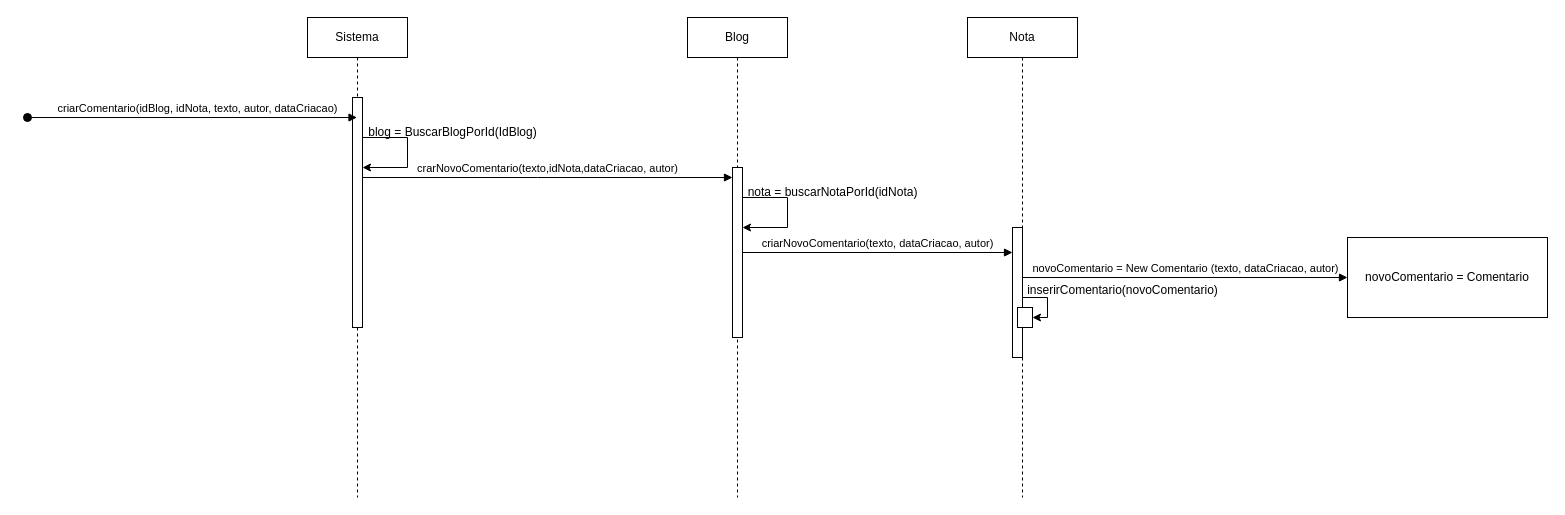
Before: DeS_Criar_Comentario.drawio in JPleal01/Engenharia_Software, a draw.io diagram. Source tidied: cells renumbered, new cells numbered last; positions are measured from the earlier drawing's top-left corner, leaving out a move shared by most shapes. Both pictures are drawn from the tidied source at 100%, with x=0, y=0 at pixel (27, 17).
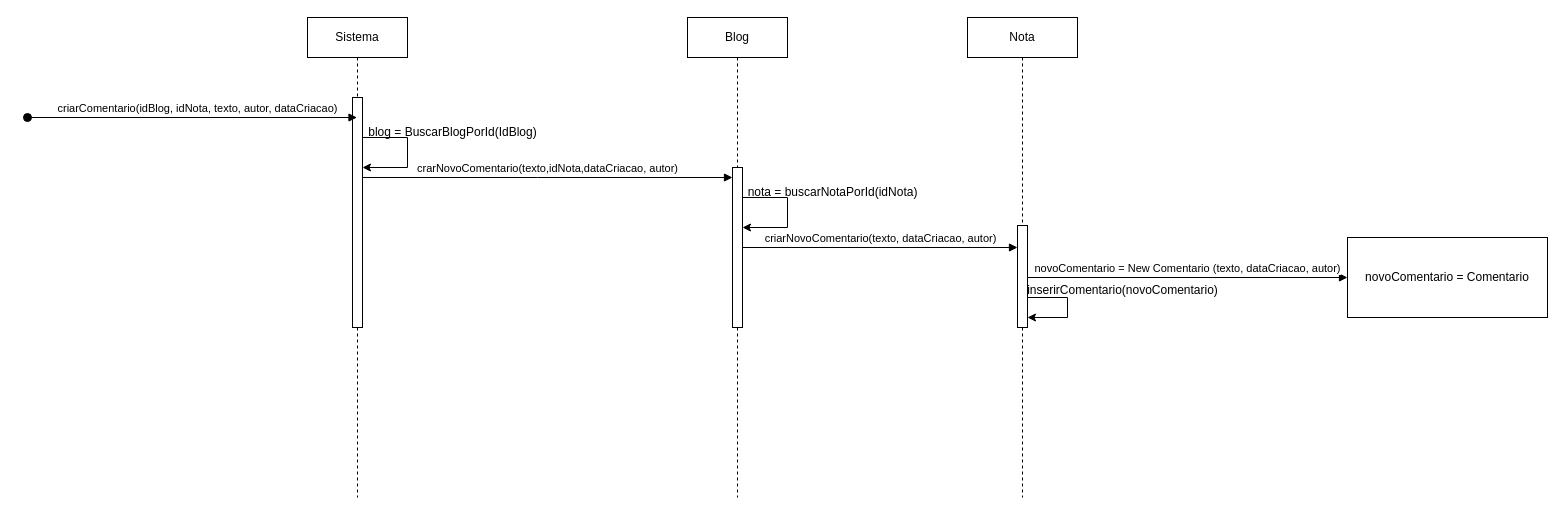
The same diagram, later.

Unchanged cells that the change refers to:
```xml
<mxCell id="8" value="Blog" style="shape=umlLifeline;perimeter=lifelinePerimeter;whiteSpace=wrap;html=1;newEdgeStyle={&quot;curved&quot;:0,&quot;rounded&quot;:0};" parent="1" vertex="1">
  <mxGeometry x="660" width="100" height="480" as="geometry" />
</mxCell>
<mxCell id="11" value="Nota" style="shape=umlLifeline;perimeter=lifelinePerimeter;whiteSpace=wrap;html=1;newEdgeStyle={&quot;curved&quot;:0,&quot;rounded&quot;:0};" parent="1" vertex="1">
  <mxGeometry x="940" width="110" height="480" as="geometry" />
</mxCell>
```

The edit, as a diff of the source:
```diff
@@
     <mxCell id="9" style="html=1;points=[[0,0,0,0,5],[0,1,0,0,-5],[1,0,0,0,5],[1,1,0,0,-5]];perimeter=orthogonalPerimeter;outlineConnect=0;targetShapes=umlLifeline;portConstraint=eastwest;newEdgeStyle={&quot;curved&quot;:0,&quot;rounded&quot;:0};" parent="8" vertex="1">
-      <mxGeometry x="45" y="150" width="10" height="170" as="geometry" />
+      <mxGeometry x="45" y="150" width="10" height="160" as="geometry" />
     </mxCell>
@@
     <mxCell id="12" style="html=1;points=[[0,0,0,0,5],[0,1,0,0,-5],[1,0,0,0,5],[1,1,0,0,-5]];perimeter=orthogonalPerimeter;outlineConnect=0;targetShapes=umlLifeline;portConstraint=eastwest;newEdgeStyle={&quot;curved&quot;:0,&quot;rounded&quot;:0};" parent="11" vertex="1">
-      <mxGeometry x="45" y="210" width="10" height="130" as="geometry" />
+      <mxGeometry x="50" y="208" width="10" height="102" as="geometry" />
     </mxCell>
-    <mxCell id="13" style="edgeStyle=orthogonalEdgeStyle;rounded=0;jettySize=auto;html=1;curved=0;exitX=1;exitY=0;exitDx=0;exitDy=5;exitPerimeter=0;" parent="11" edge="1" source="12" target="14">
-      <mxGeometry relative="1" as="geometry">
-        <Array as="points">
-          <mxPoint x="55" y="280" />
-          <mxPoint x="80" y="280" />
-          <mxPoint x="80" y="300" />
-        </Array>
-      </mxGeometry>
-    </mxCell>
-    <mxCell id="14" style="html=1;points=[[0,0,0,0,5],[0,1,0,0,-5],[1,0,0,0,5],[1,1,0,0,-5]];perimeter=orthogonalPerimeter;outlineConnect=0;targetShapes=umlLifeline;portConstraint=eastwest;newEdgeStyle={&quot;curved&quot;:0,&quot;rounded&quot;:0};" parent="11" vertex="1">
-      <mxGeometry x="50" y="290" width="15" height="20" as="geometry" />
-    </mxCell>
+    <mxCell id="20" style="edgeStyle=orthogonalEdgeStyle;rounded=0;orthogonalLoop=1;jettySize=auto;html=1;curved=0;exitX=1;exitY=0;exitDx=0;exitDy=5;exitPerimeter=0;" parent="11" edge="1" source="12" target="12">
+      <mxGeometry relative="1" as="geometry">
+        <Array as="points">
+          <mxPoint x="60" y="280" />
+          <mxPoint x="100" y="280" />
+          <mxPoint x="100" y="300" />
+        </Array>
+      </mxGeometry>
+    </mxCell>
```
